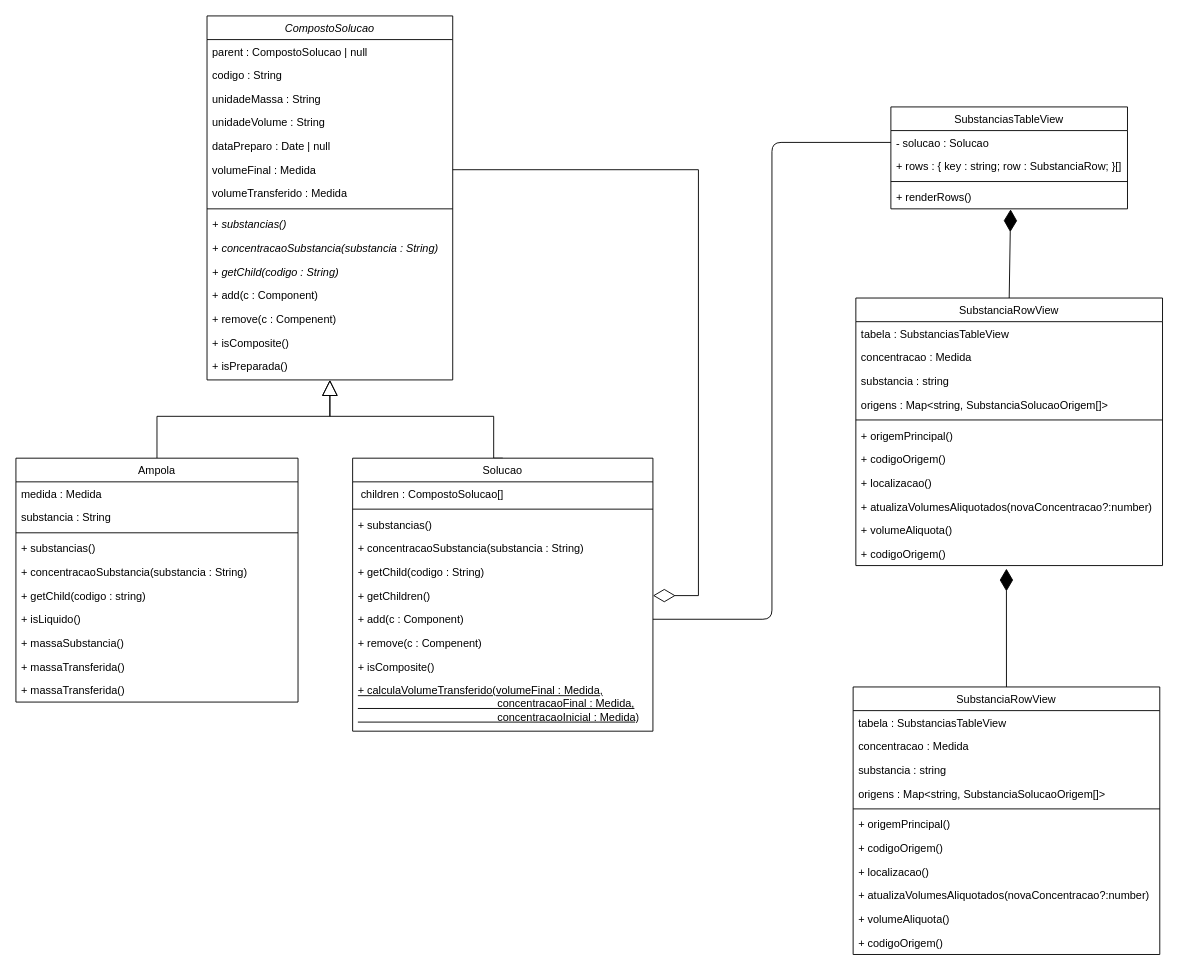
pedrorougemont/ladetec keeps this draw.io diagram as diagramas/Diagrama de Classes - Solucoes.drawio. Above is the earlier version. Source tidied: cells renumbered, new cells numbered last; positions are measured from the earlier drawing's top-left corner, leaving out a move shared by most shapes. Both pictures are drawn from the tidied source at 91%, with x=0, y=0 at pixel (15, 15).
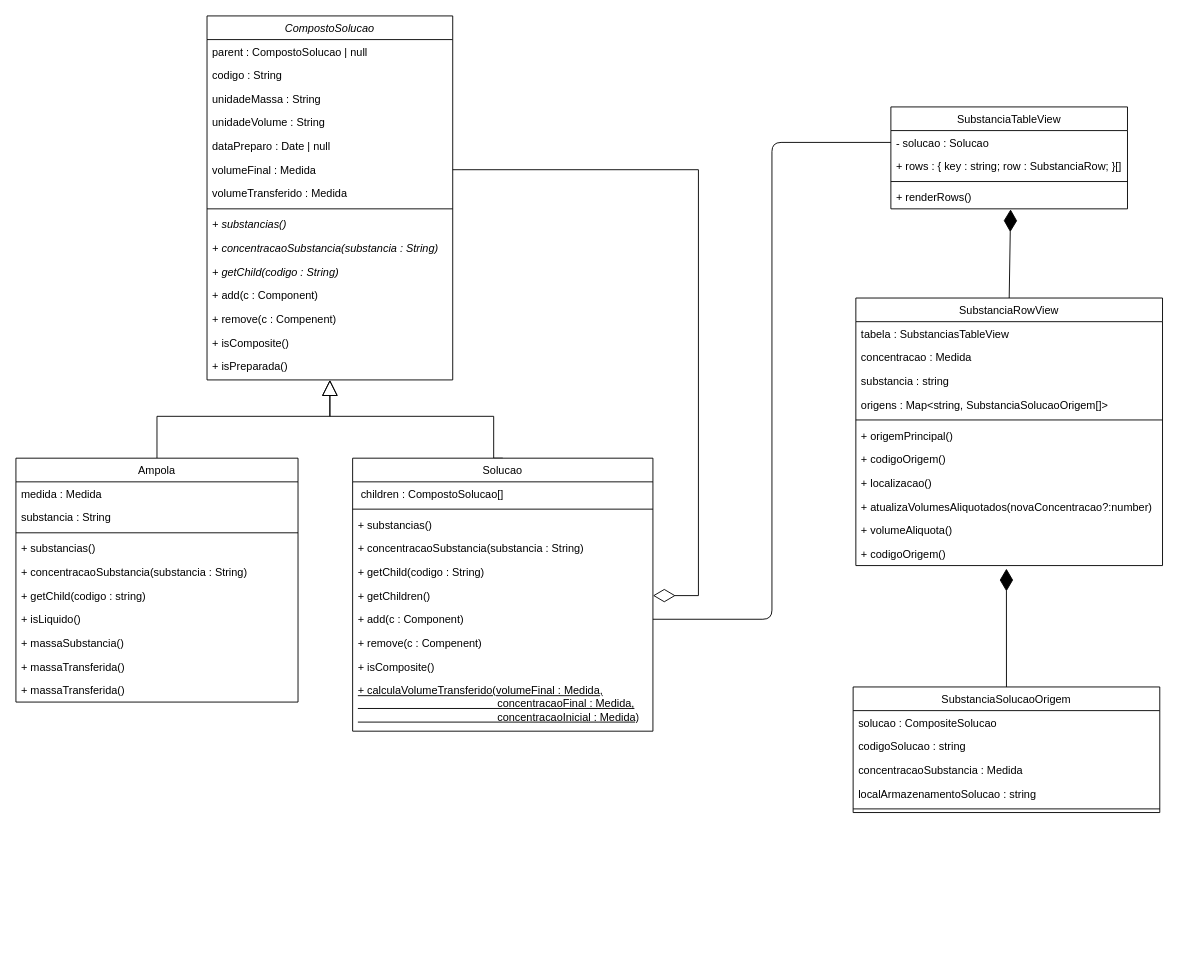
After the change.

The edit, as a diff of the source:
```diff
@@
-    <mxCell id="45" value="SubstanciasTableView" style="swimlane;fontStyle=0;align=center;verticalAlign=top;horizontal=1;startSize=26;glass=0;fontColor=none;perimeterSpacing=0;labelBorderColor=none;" parent="1" vertex="1">
+    <mxCell id="45" value="SubstanciaTableView" style="swimlane;fontStyle=0;align=center;verticalAlign=top;horizontal=1;startSize=26;glass=0;fontColor=none;perimeterSpacing=0;labelBorderColor=none;" parent="1" vertex="1">
       <mxGeometry x="961.5" y="100" width="260" height="112" as="geometry" />
     </mxCell>
@@
-    <mxCell id="63" value="SubstanciaRowView" style="swimlane;fontStyle=0;align=center;verticalAlign=top;horizontal=1;startSize=26;glass=0;fontColor=none;perimeterSpacing=0;labelBorderColor=none;" parent="1" vertex="1">
-      <mxGeometry x="920" y="737.4" width="337" height="294" as="geometry" />
+    <mxCell id="63" value="SubstanciaSolucaoOrigem" style="swimlane;fontStyle=0;align=center;verticalAlign=top;horizontal=1;startSize=26;glass=0;fontColor=none;perimeterSpacing=0;labelBorderColor=none;" parent="1" vertex="1">
+      <mxGeometry x="920" y="737.4" width="337" height="138" as="geometry" />
     </mxCell>
-    <mxCell id="64" value="tabela : SubstanciasTableView" style="text;strokeColor=none;fillColor=none;align=left;verticalAlign=top;spacingLeft=4;spacingRight=4;overflow=hidden;" parent="63" vertex="1">
+    <mxCell id="64" value="solucao : CompositeSolucao" style="text;strokeColor=none;fillColor=none;align=left;verticalAlign=top;spacingLeft=4;spacingRight=4;overflow=hidden;" parent="63" vertex="1">
       <mxGeometry y="26" width="337" height="26" as="geometry" />
     </mxCell>
-    <mxCell id="65" value="concentracao : Medida&#10;" style="text;strokeColor=none;fillColor=none;align=left;verticalAlign=top;spacingLeft=4;spacingRight=4;overflow=hidden;" parent="63" vertex="1">
+    <mxCell id="65" value="codigoSolucao : string" style="text;strokeColor=none;fillColor=none;align=left;verticalAlign=top;spacingLeft=4;spacingRight=4;overflow=hidden;" parent="63" vertex="1">
       <mxGeometry y="52" width="337" height="26" as="geometry" />
     </mxCell>
-    <mxCell id="66" value="substancia : string" style="text;strokeColor=none;fillColor=none;align=left;verticalAlign=top;spacingLeft=4;spacingRight=4;overflow=hidden;" parent="63" vertex="1">
+    <mxCell id="66" value="concentracaoSubstancia : Medida" style="text;strokeColor=none;fillColor=none;align=left;verticalAlign=top;spacingLeft=4;spacingRight=4;overflow=hidden;" parent="63" vertex="1">
       <mxGeometry y="78" width="337" height="26" as="geometry" />
     </mxCell>
-    <mxCell id="67" value="origens : Map&lt;string, SubstanciaSolucaoOrigem[]&gt;" style="text;strokeColor=none;fillColor=none;align=left;verticalAlign=top;spacingLeft=4;spacingRight=4;overflow=hidden;" parent="63" vertex="1">
+    <mxCell id="67" value="localArmazenamentoSolucao : string" style="text;strokeColor=none;fillColor=none;align=left;verticalAlign=top;spacingLeft=4;spacingRight=4;overflow=hidden;" parent="63" vertex="1">
       <mxGeometry y="104" width="337" height="26" as="geometry" />
     </mxCell>
@@
-    <mxCell id="69" value="+ origemPrincipal()" style="text;strokeColor=none;fillColor=none;align=left;verticalAlign=top;spacingLeft=4;spacingRight=4;overflow=hidden;" parent="63" vertex="1">
-      <mxGeometry y="138" width="337" height="26" as="geometry" />
-    </mxCell>
-    <mxCell id="70" value="+ codigoOrigem()" style="text;strokeColor=none;fillColor=none;align=left;verticalAlign=top;spacingLeft=4;spacingRight=4;overflow=hidden;" parent="63" vertex="1">
-      <mxGeometry y="164" width="337" height="26" as="geometry" />
-    </mxCell>
-    <mxCell id="71" value="+ localizacao()" style="text;strokeColor=none;fillColor=none;align=left;verticalAlign=top;spacingLeft=4;spacingRight=4;overflow=hidden;" parent="63" vertex="1">
-      <mxGeometry y="190" width="337" height="26" as="geometry" />
-    </mxCell>
-    <mxCell id="72" value="+ atualizaVolumesAliquotados(novaConcentracao?:number)" style="text;strokeColor=none;fillColor=none;align=left;verticalAlign=top;spacingLeft=4;spacingRight=4;overflow=hidden;" parent="63" vertex="1">
-      <mxGeometry y="216" width="337" height="26" as="geometry" />
-    </mxCell>
-    <mxCell id="73" value="+ volumeAliquota()" style="text;strokeColor=none;fillColor=none;align=left;verticalAlign=top;spacingLeft=4;spacingRight=4;overflow=hidden;" parent="63" vertex="1">
-      <mxGeometry y="242" width="337" height="26" as="geometry" />
-    </mxCell>
-    <mxCell id="74" value="+ codigoOrigem()" style="text;strokeColor=none;fillColor=none;align=left;verticalAlign=top;spacingLeft=4;spacingRight=4;overflow=hidden;" parent="63" vertex="1">
-      <mxGeometry y="268" width="337" height="26" as="geometry" />
-    </mxCell>
```
